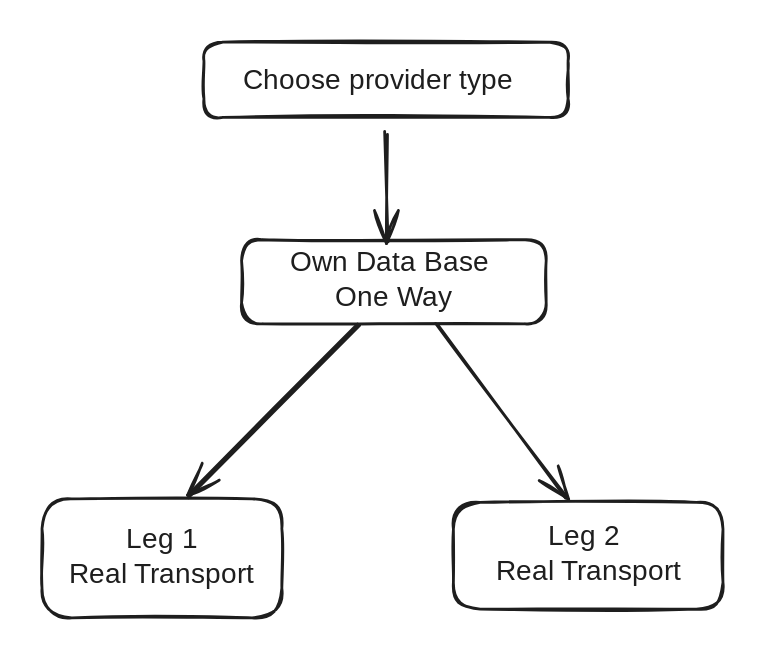
Above: .gitbook/assets/file.excalidraw (7).svg in supporttpq/docs360 (Excalidraw), before the change. Source tidied: one line per element, renumbered; positions are measured from the earlier drawing's top-left corner, leaving out a move shared by most shapes.
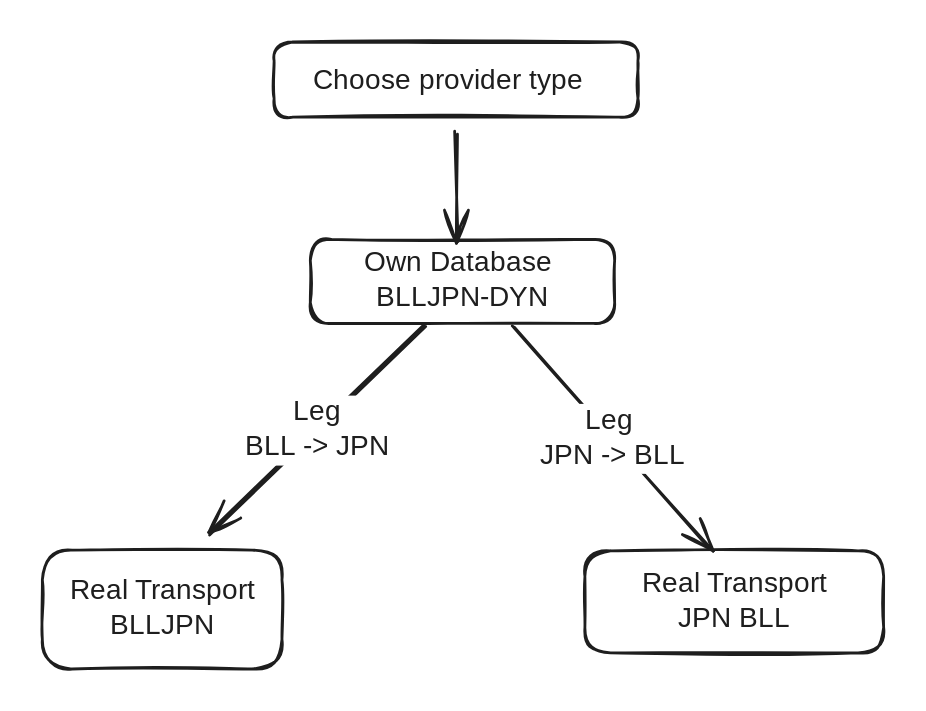
The same diagram one commit later.

What changed in the source:
```diff
@@ -2,10 +2,12 @@
 {"id": 1, "type": "text", "text": "Choose provider type", "strokeColor": "#1e1e1e", "strokeWidth": 2, "roughness": 1, "fontSize": 20, "fontFamily": 5, "textAlign": "center", "x": 136, "y": 16, "width": 207, "height": 25}
 {"id": 2, "type": "arrow", "strokeColor": "#1e1e1e", "strokeWidth": 2, "roughness": 1, "endArrowhead": "arrow", "round": true, "from": 0, "x": 245, "y": 65, "width": 2, "height": 79, "points": [[0, 0], [2, 79]]}
 {"id": 3, "type": "rectangle", "strokeColor": "#1e1e1e", "strokeWidth": 2, "roughness": 1, "round": true, "x": 142, "y": 141, "width": 218, "height": 60}
-{"id": 4, "type": "text", "text": "Own Data Base \nOne Way", "strokeColor": "#1e1e1e", "strokeWidth": 2, "roughness": 1, "fontSize": 20, "fontFamily": 5, "textAlign": "center", "verticalAlign": "middle", "inside": 3, "x": 169, "y": 146, "width": 164, "height": 50}
+{"id": 4, "type": "text", "text": "Own Database \nBLLJPN-DYN", "strokeColor": "#1e1e1e", "strokeWidth": 2, "roughness": 1, "fontSize": 20, "fontFamily": 5, "textAlign": "center", "verticalAlign": "middle", "inside": 3, "x": 174, "y": 146, "width": 152, "height": 50}
-{"id": 5, "type": "arrow", "strokeColor": "#1e1e1e", "strokeWidth": 2, "roughness": 1, "endArrowhead": "arrow", "round": true, "from": 3, "x": 227, "y": 203, "width": 123, "height": 122, "points": [[0, 0], [-123, 122]]}
+{"id": 5, "type": "arrow", "strokeColor": "#1e1e1e", "strokeWidth": 2, "roughness": 1, "endArrowhead": "arrow", "round": true, "from": 3, "to": 7, "x": 224, "y": 204, "width": 155, "height": 148, "points": [[0, 0], [-155, 148]]}
+{"id": 11, "type": "text", "text": "Leg\nBLL -> JPN", "strokeColor": "#1e1e1e", "strokeWidth": 2, "roughness": 1, "fontSize": 20, "fontFamily": 5, "textAlign": "center", "verticalAlign": "middle", "inside": 5, "x": 91, "y": 253, "width": 110, "height": 50}
-{"id": 6, "type": "arrow", "strokeColor": "#1e1e1e", "strokeWidth": 2, "roughness": 1, "endArrowhead": "arrow", "round": true, "from": 3, "to": 9, "x": 283, "y": 201, "width": 92, "height": 125, "points": [[0, 0], [92, 125]]}
+{"id": 6, "type": "arrow", "strokeColor": "#1e1e1e", "strokeWidth": 2, "roughness": 1, "endArrowhead": "arrow", "round": true, "from": 3, "to": 9, "x": 287, "y": 203, "width": 141, "height": 160, "points": [[0, 0], [141, 160]]}
+{"id": 12, "type": "text", "text": "Leg \nJPN -> BLL", "strokeColor": "#1e1e1e", "strokeWidth": 2, "roughness": 1, "fontSize": 20, "fontFamily": 5, "textAlign": "center", "verticalAlign": "middle", "inside": 6, "x": 303, "y": 259, "width": 110, "height": 50}
-{"id": 7, "type": "rectangle", "strokeColor": "#1e1e1e", "strokeWidth": 2, "roughness": 1, "round": true, "x": 0, "y": 326, "width": 171, "height": 85}
+{"id": 7, "type": "rectangle", "strokeColor": "#1e1e1e", "strokeWidth": 2, "roughness": 1, "round": true, "x": -50, "y": 363, "width": 171, "height": 85}
-{"id": 8, "type": "text", "text": "Leg 1\nReal Transport", "strokeColor": "#1e1e1e", "strokeWidth": 2, "roughness": 1, "fontSize": 20, "fontFamily": 5, "textAlign": "center", "verticalAlign": "middle", "inside": 7, "x": 11, "y": 344, "width": 149, "height": 50}
+{"id": 8, "type": "text", "text": "Real Transport\nBLLJPN", "strokeColor": "#1e1e1e", "strokeWidth": 2, "roughness": 1, "fontSize": 20, "fontFamily": 5, "textAlign": "center", "verticalAlign": "middle", "inside": 7, "x": -39, "y": 381, "width": 149, "height": 50}
-{"id": 9, "type": "rectangle", "strokeColor": "#1e1e1e", "strokeWidth": 2, "roughness": 1, "round": true, "x": 294, "y": 329, "width": 192, "height": 76}
+{"id": 9, "type": "rectangle", "strokeColor": "#1e1e1e", "strokeWidth": 2, "roughness": 1, "round": true, "x": 338, "y": 364, "width": 214, "height": 73}
-{"id": 10, "type": "text", "text": "Leg 2 \nReal Transport", "strokeColor": "#1e1e1e", "strokeWidth": 2, "roughness": 1, "fontSize": 20, "fontFamily": 5, "textAlign": "center", "verticalAlign": "middle", "inside": 9, "x": 316, "y": 342, "width": 149, "height": 50}
+{"id": 10, "type": "text", "text": "Real Transport\nJPN BLL", "strokeColor": "#1e1e1e", "strokeWidth": 2, "roughness": 1, "fontSize": 20, "fontFamily": 5, "textAlign": "center", "verticalAlign": "middle", "inside": 9, "x": 370, "y": 375, "width": 149, "height": 50}
```
